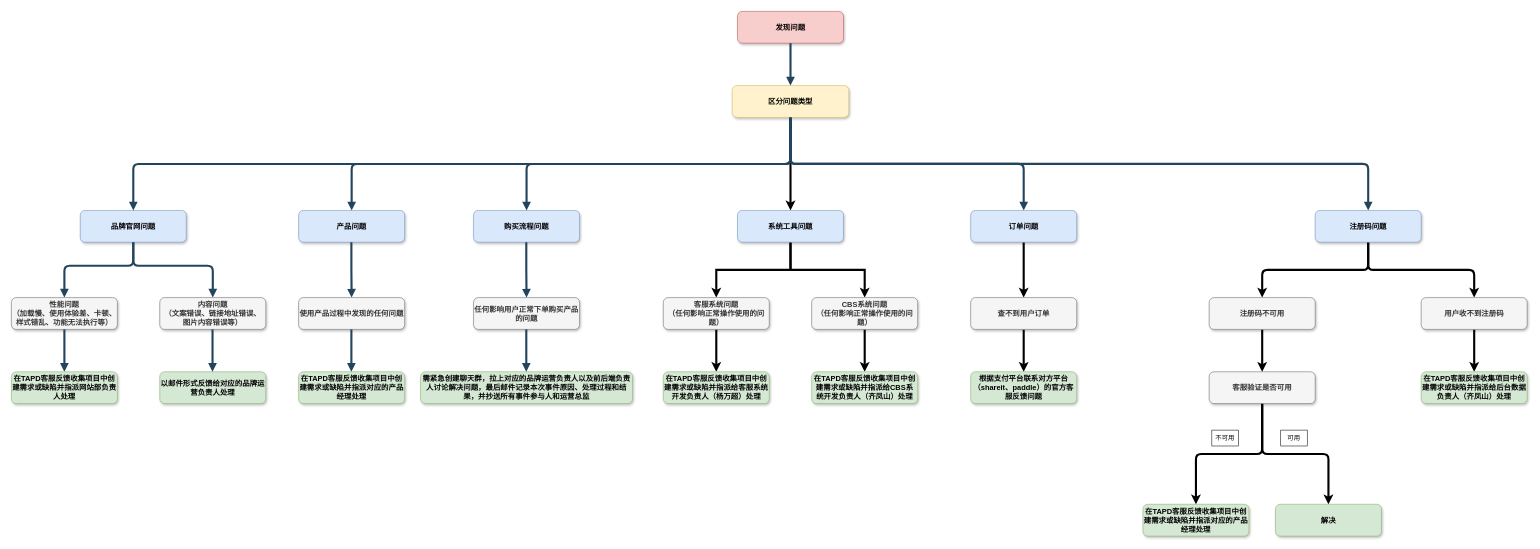
The draw.io diagram Untitled Diagram.drawio in wxlxxx/draw.io, before the edit. Source tidied: cells renumbered, new cells numbered last; positions are measured from the earlier drawing's top-left corner, leaving out a move shared by most shapes. Both pictures are drawn from the tidied source at 53%, with x=0, y=0 at pixel (11, 11).
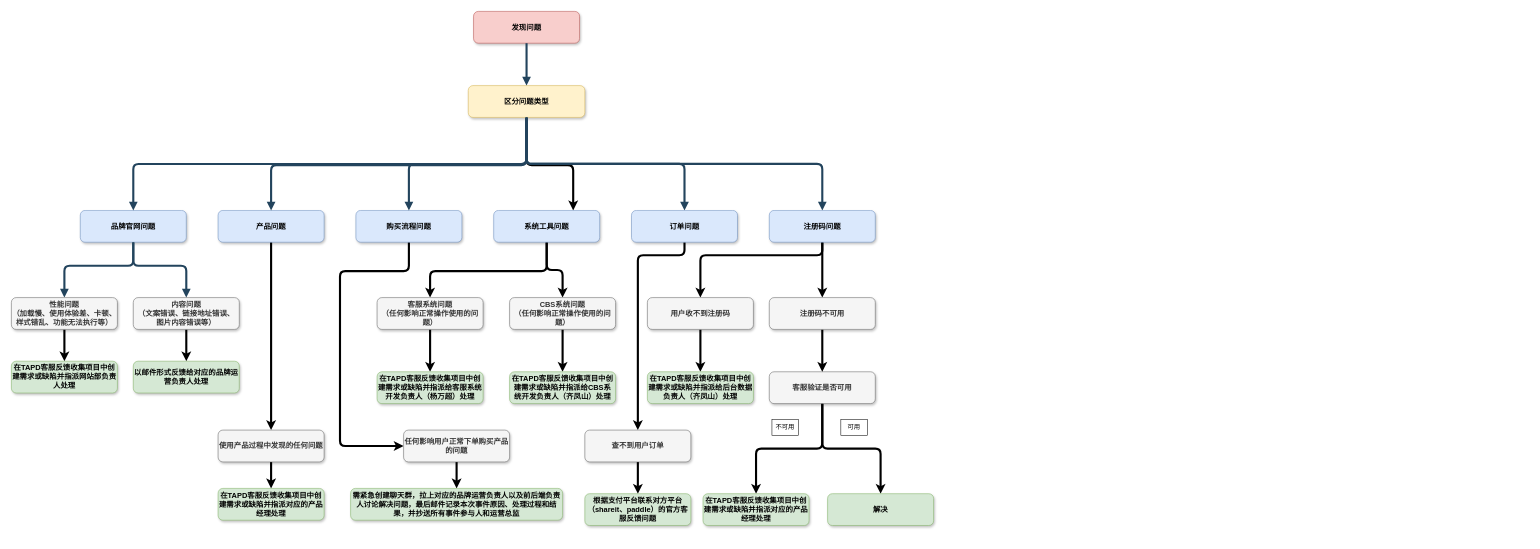
After the change.

Unchanged cells that the change refers to:
```xml
<mxCell id="21" value="性能问题&#10;（加载慢、使用体验差、卡顿、&#10;样式错乱、功能无法执行等）" style="rounded=1;fillColor=#f5f5f5;strokeColor=#666666;shadow=1;fontStyle=1;fontColor=#333333;fontSize=14;" parent="1" vertex="1">
  <mxGeometry y="540" width="200" height="60" as="geometry" />
</mxCell>
```

What changed in the source:
```diff
@@
     <mxCell id="2" value="发现问题" style="rounded=1;fillColor=#f8cecc;strokeColor=#b85450;shadow=1;fontStyle=1;fontSize=14;" parent="1" vertex="1">
-      <mxGeometry x="1370" width="200" height="60" as="geometry" />
+      <mxGeometry x="872" width="200" height="60" as="geometry" />
     </mxCell>
-    <mxCell id="3" style="edgeStyle=orthogonalEdgeStyle;rounded=0;jettySize=auto;html=1;strokeWidth=4;exitX=0.5;exitY=1;exitDx=0;exitDy=0;" parent="1" edge="1" source="6" target="12">
-      <mxGeometry relative="1" as="geometry" />
+    <mxCell id="3" style="edgeStyle=orthogonalEdgeStyle;rounded=1;jettySize=auto;html=1;strokeWidth=4;exitX=0.5;exitY=1;exitDx=0;exitDy=0;" parent="1" edge="1" source="6" target="12">
+      <mxGeometry relative="1" as="geometry">
+        <Array as="points">
+          <mxPoint x="972" y="290" />
+          <mxPoint x="1060" y="290" />
+        </Array>
+      </mxGeometry>
     </mxCell>
@@
     <mxCell id="6" value="区分问题类型" style="rounded=1;fillColor=#fff2cc;strokeColor=#d6b656;shadow=1;fontStyle=1;fontSize=14;" parent="1" vertex="1">
-      <mxGeometry x="1360" y="140" width="220" height="60" as="geometry" />
+      <mxGeometry x="862" y="140" width="220" height="60" as="geometry" />
     </mxCell>
@@
+    <mxCell id="59" style="edgeStyle=orthogonalEdgeStyle;rounded=1;jettySize=auto;html=1;entryX=0.5;entryY=0;entryDx=0;entryDy=0;strokeWidth=4;" parent="1" edge="1" source="8" target="29">
+      <mxGeometry relative="1" as="geometry" />
+    </mxCell>
     <mxCell id="8" value="产品问题" style="rounded=1;fillColor=#dae8fc;strokeColor=#6c8ebf;shadow=1;fontStyle=1;fontSize=14;" parent="1" vertex="1">
-      <mxGeometry x="542" y="375.5" width="200" height="60" as="geometry" />
+      <mxGeometry x="390" y="375.5" width="200" height="60" as="geometry" />
     </mxCell>
+    <mxCell id="60" style="edgeStyle=orthogonalEdgeStyle;rounded=1;jettySize=auto;html=1;strokeWidth=4;" parent="1" edge="1" source="9" target="32">
+      <mxGeometry relative="1" as="geometry">
+        <Array as="points">
+          <mxPoint x="750" y="490" />
+          <mxPoint x="620" y="490" />
+        </Array>
+      </mxGeometry>
+    </mxCell>
     <mxCell id="9" value="购买流程问题" style="rounded=1;fillColor=#dae8fc;strokeColor=#6c8ebf;shadow=1;fontStyle=1;fontSize=14;" parent="1" vertex="1">
-      <mxGeometry x="872" y="375.5" width="200" height="60" as="geometry" />
+      <mxGeometry x="650" y="375.5" width="200" height="60" as="geometry" />
     </mxCell>
-    <mxCell id="10" style="edgeStyle=orthogonalEdgeStyle;rounded=0;jettySize=auto;html=1;entryX=0.5;entryY=0;entryDx=0;entryDy=0;strokeWidth=4;" parent="1" edge="1" source="12" target="37">
-      <mxGeometry relative="1" as="geometry" />
+    <mxCell id="10" style="edgeStyle=orthogonalEdgeStyle;rounded=1;jettySize=auto;html=1;entryX=0.5;entryY=0;entryDx=0;entryDy=0;strokeWidth=4;" parent="1" edge="1" source="12" target="37">
+      <mxGeometry relative="1" as="geometry">
+        <Array as="points">
+          <mxPoint x="1010" y="490" />
+          <mxPoint x="790" y="490" />
+        </Array>
+      </mxGeometry>
     </mxCell>
-    <mxCell id="11" style="edgeStyle=orthogonalEdgeStyle;rounded=0;jettySize=auto;html=1;strokeWidth=4;" parent="1" edge="1" source="12" target="39">
-      <mxGeometry relative="1" as="geometry" />
+    <mxCell id="11" style="edgeStyle=orthogonalEdgeStyle;rounded=1;jettySize=auto;html=1;strokeWidth=4;" parent="1" edge="1" source="12" target="39">
+      <mxGeometry relative="1" as="geometry">
+        <Array as="points">
+          <mxPoint x="1010" y="488" />
+          <mxPoint x="1040" y="488" />
+        </Array>
+      </mxGeometry>
     </mxCell>
     <mxCell id="12" value="系统工具问题" style="rounded=1;fillColor=#dae8fc;strokeColor=#6c8ebf;shadow=1;fontStyle=1;fontSize=14;" parent="1" vertex="1">
-      <mxGeometry x="1370" y="375.5" width="200" height="60" as="geometry" />
+      <mxGeometry x="910" y="375.5" width="200" height="60" as="geometry" />
     </mxCell>
     <mxCell id="13" style="edgeStyle=elbowEdgeStyle;elbow=vertical;strokeWidth=4;endArrow=block;endFill=1;fontStyle=1;strokeColor=#23445D;" parent="1" edge="1" source="2" target="6">
-      <mxGeometry x="720" y="40" as="geometry" />
+      <mxGeometry x="222" y="40" as="geometry" />
     </mxCell>
     <mxCell id="14" style="edgeStyle=elbowEdgeStyle;elbow=vertical;strokeWidth=4;endArrow=block;endFill=1;fontStyle=1;strokeColor=#23445D;" parent="1" edge="1" source="6" target="8">
-      <mxGeometry x="22" y="165.5" as="geometry" />
+      <mxGeometry x="22" y="165.5" as="geometry">
+        <Array as="points">
+          <mxPoint x="730" y="290" />
+        </Array>
+      </mxGeometry>
     </mxCell>
@@
     <mxCell id="18" style="edgeStyle=orthogonalEdgeStyle;rounded=1;jettySize=auto;html=1;strokeWidth=4;" parent="1" edge="1" source="19" target="57">
-      <mxGeometry relative="1" as="geometry" />
+      <mxGeometry relative="1" as="geometry">
+        <Array as="points">
+          <mxPoint x="1530" y="460" />
+          <mxPoint x="1300" y="460" />
+        </Array>
+      </mxGeometry>
     </mxCell>
     <mxCell id="19" value="注册码问题" style="rounded=1;fillColor=#dae8fc;strokeColor=#6c8ebf;shadow=1;fontStyle=1;fontSize=14;" parent="1" vertex="1">
-      <mxGeometry x="2460" y="375.5" width="200" height="60" as="geometry" />
+      <mxGeometry x="1430" y="375.5" width="200" height="60" as="geometry" />
     </mxCell>
@@
+    <mxCell id="61" style="edgeStyle=orthogonalEdgeStyle;rounded=1;jettySize=auto;html=1;entryX=0.5;entryY=0;entryDx=0;entryDy=0;strokeWidth=4;" parent="1" edge="1" source="21" target="25">
+      <mxGeometry relative="1" as="geometry" />
+    </mxCell>
@@
+    <mxCell id="62" style="edgeStyle=orthogonalEdgeStyle;rounded=1;jettySize=auto;html=1;strokeWidth=4;" parent="1" edge="1" source="22" target="26">
+      <mxGeometry relative="1" as="geometry" />
+    </mxCell>
     <mxCell id="22" value="内容问题&#10;（文案错误、链接地址错误、&#10;图片内容错误等）" style="rounded=1;fillColor=#f5f5f5;strokeColor=#666666;shadow=1;fontStyle=1;fontColor=#333333;fontSize=14;" parent="1" vertex="1">
-      <mxGeometry x="280" y="540" width="200" height="60" as="geometry" />
+      <mxGeometry x="230" y="540" width="200" height="60" as="geometry" />
     </mxCell>
@@
-    <mxCell id="24" style="edgeStyle=elbowEdgeStyle;elbow=vertical;strokeWidth=4;endArrow=block;endFill=1;fontStyle=1;strokeColor=#23445D;exitX=0.5;exitY=1;exitDx=0;exitDy=0;" parent="1" edge="1" source="21">
-      <mxGeometry x="-558" y="489.5" as="geometry">
-        <mxPoint x="100" y="680" as="targetPoint" />
-      </mxGeometry>
-    </mxCell>
     <mxCell id="25" value="在TAPD客服反馈收集项目中创建需求或缺陷并指派网站部负责人处理" style="rounded=1;fillColor=#d5e8d4;strokeColor=#82b366;shadow=1;fontStyle=1;fontSize=14;whiteSpace=wrap;" parent="1" vertex="1">
-      <mxGeometry y="680" width="200" height="60" as="geometry" />
+      <mxGeometry y="660" width="200" height="60" as="geometry" />
     </mxCell>
     <mxCell id="26" value="以邮件形式反馈给对应的品牌运营负责人处理" style="rounded=1;fillColor=#d5e8d4;strokeColor=#82b366;shadow=1;fontStyle=1;fontSize=14;whiteSpace=wrap;" parent="1" vertex="1">
-      <mxGeometry x="280" y="680" width="200" height="60" as="geometry" />
+      <mxGeometry x="230" y="660" width="200" height="60" as="geometry" />
     </mxCell>
-    <mxCell id="27" style="edgeStyle=elbowEdgeStyle;elbow=vertical;strokeWidth=4;endArrow=block;endFill=1;fontStyle=1;strokeColor=#23445D;exitX=0.5;exitY=1;exitDx=0;exitDy=0;" parent="1" edge="1">
-      <mxGeometry x="-278.5" y="489.5" as="geometry">
-        <mxPoint x="379.5" y="600" as="sourcePoint" />
-        <mxPoint x="379.5" y="680" as="targetPoint" />
-      </mxGeometry>
-    </mxCell>
-    <mxCell id="28" style="edgeStyle=elbowEdgeStyle;elbow=vertical;strokeWidth=4;endArrow=block;endFill=1;fontStyle=1;strokeColor=#23445D;exitX=0.5;exitY=1;exitDx=0;exitDy=0;entryX=0.5;entryY=0;entryDx=0;entryDy=0;" parent="1" edge="1" target="29">
-      <mxGeometry x="-16.5" y="325" as="geometry">
-        <mxPoint x="641.5" y="435.5" as="sourcePoint" />
-      </mxGeometry>
-    </mxCell>
+    <mxCell id="63" style="edgeStyle=orthogonalEdgeStyle;rounded=1;jettySize=auto;html=1;entryX=0.5;entryY=0;entryDx=0;entryDy=0;strokeWidth=4;" parent="1" edge="1" source="29" target="30">
+      <mxGeometry relative="1" as="geometry" />
+    </mxCell>
     <mxCell id="29" value="使用产品过程中发现的任何问题" style="rounded=1;fillColor=#f5f5f5;strokeColor=#666666;shadow=1;fontStyle=1;fontColor=#333333;fontSize=14;whiteSpace=wrap;" parent="1" vertex="1">
-      <mxGeometry x="542" y="540" width="200" height="60" as="geometry" />
+      <mxGeometry x="390" y="790" width="200" height="60" as="geometry" />
     </mxCell>
     <mxCell id="30" value="在TAPD客服反馈收集项目中创建需求或缺陷并指派对应的产品经理处理" style="rounded=1;fillColor=#d5e8d4;strokeColor=#82b366;shadow=1;fontStyle=1;fontSize=14;whiteSpace=wrap;" parent="1" vertex="1">
-      <mxGeometry x="542" y="680" width="200" height="60" as="geometry" />
+      <mxGeometry x="390" y="900" width="200" height="60" as="geometry" />
     </mxCell>
-    <mxCell id="31" style="edgeStyle=elbowEdgeStyle;elbow=vertical;strokeWidth=4;endArrow=block;endFill=1;fontStyle=1;strokeColor=#23445D;exitX=0.5;exitY=1;exitDx=0;exitDy=0;" parent="1" edge="1">
-      <mxGeometry x="-16.5" y="489.5" as="geometry">
-        <mxPoint x="641.5" y="600" as="sourcePoint" />
-        <mxPoint x="641.5" y="680" as="targetPoint" />
-      </mxGeometry>
-    </mxCell>
+    <mxCell id="64" style="edgeStyle=orthogonalEdgeStyle;rounded=1;jettySize=auto;html=1;strokeWidth=4;" parent="1" edge="1" source="32" target="33">
+      <mxGeometry relative="1" as="geometry" />
+    </mxCell>
     <mxCell id="32" value="任何影响用户正常下单购买产品的问题" style="rounded=1;fillColor=#f5f5f5;strokeColor=#666666;shadow=1;fontStyle=1;fontColor=#333333;fontSize=14;whiteSpace=wrap;" parent="1" vertex="1">
-      <mxGeometry x="872" y="540" width="200" height="60" as="geometry" />
+      <mxGeometry x="740" y="790" width="200" height="60" as="geometry" />
     </mxCell>
     <mxCell id="33" value="需紧急创建聊天群，拉上对应的品牌运营负责人以及前后端负责人讨论解决问题，最后邮件记录本次事件原因、处理过程和结果，并抄送所有事件参与人和运营总监" style="rounded=1;fillColor=#d5e8d4;strokeColor=#82b366;shadow=1;fontStyle=1;fontSize=14;whiteSpace=wrap;glass=0;sketch=0;" parent="1" vertex="1">
-      <mxGeometry x="772" y="680" width="400" height="60" as="geometry" />
+      <mxGeometry x="640" y="900" width="400" height="60" as="geometry" />
     </mxCell>
-    <mxCell id="34" style="edgeStyle=elbowEdgeStyle;elbow=vertical;strokeWidth=4;endArrow=block;endFill=1;fontStyle=1;strokeColor=#23445D;exitX=0.5;exitY=1;exitDx=0;exitDy=0;" parent="1" edge="1">
-      <mxGeometry x="313.5" y="489.5" as="geometry">
-        <mxPoint x="971.5" y="600" as="sourcePoint" />
-        <mxPoint x="971.5" y="680" as="targetPoint" />
-      </mxGeometry>
-    </mxCell>
-    <mxCell id="35" style="edgeStyle=elbowEdgeStyle;elbow=vertical;strokeWidth=4;endArrow=block;endFill=1;fontStyle=1;strokeColor=#23445D;exitX=0.5;exitY=1;exitDx=0;exitDy=0;entryX=0.5;entryY=0;entryDx=0;entryDy=0;" parent="1" edge="1">
-      <mxGeometry x="313.5" y="325" as="geometry">
-        <mxPoint x="971.5" y="435.5" as="sourcePoint" />
-        <mxPoint x="972" y="540" as="targetPoint" />
-      </mxGeometry>
-    </mxCell>
@@
     <mxCell id="37" value="客服系统问题&#10;（任何影响正常操作使用的问题）" style="rounded=1;fillColor=#f5f5f5;strokeColor=#666666;shadow=1;fontStyle=1;fontColor=#333333;fontSize=14;whiteSpace=wrap;" parent="1" vertex="1">
-      <mxGeometry x="1230" y="540" width="200" height="60" as="geometry" />
+      <mxGeometry x="690" y="540" width="200" height="60" as="geometry" />
     </mxCell>
@@
     <mxCell id="39" value="CBS系统问题&#10;（任何影响正常操作使用的问题）" style="rounded=1;fillColor=#f5f5f5;strokeColor=#666666;shadow=1;fontStyle=1;fontColor=#333333;fontSize=14;whiteSpace=wrap;" parent="1" vertex="1">
-      <mxGeometry x="1510" y="540" width="200" height="60" as="geometry" />
+      <mxGeometry x="940" y="540" width="200" height="60" as="geometry" />
     </mxCell>
     <mxCell id="40" value="在TAPD客服反馈收集项目中创建需求或缺陷并指派给客服系统开发负责人（杨万超）处理" style="rounded=1;fillColor=#d5e8d4;strokeColor=#82b366;shadow=1;fontStyle=1;fontSize=14;whiteSpace=wrap;" parent="1" vertex="1">
-      <mxGeometry x="1230" y="680" width="200" height="60" as="geometry" />
+      <mxGeometry x="690" y="680" width="200" height="60" as="geometry" />
     </mxCell>
     <mxCell id="41" value="在TAPD客服反馈收集项目中创建需求或缺陷并指派给CBS系&#10;统开发负责人（齐凤山）处理" style="rounded=1;fillColor=#d5e8d4;strokeColor=#82b366;shadow=1;fontStyle=1;fontSize=14;whiteSpace=wrap;" parent="1" vertex="1">
-      <mxGeometry x="1510" y="680" width="200" height="60" as="geometry" />
+      <mxGeometry x="940" y="680" width="200" height="60" as="geometry" />
     </mxCell>
-    <mxCell id="42" style="edgeStyle=orthogonalEdgeStyle;rounded=0;jettySize=auto;html=1;strokeWidth=4;" parent="1" edge="1" source="43" target="45">
-      <mxGeometry relative="1" as="geometry" />
+    <mxCell id="42" style="edgeStyle=orthogonalEdgeStyle;rounded=1;jettySize=auto;html=1;strokeWidth=4;entryX=0.5;entryY=0;entryDx=0;entryDy=0;" parent="1" edge="1" source="43" target="45">
+      <mxGeometry relative="1" as="geometry">
+        <Array as="points">
+          <mxPoint x="1270" y="460" />
+          <mxPoint x="1182" y="460" />
+        </Array>
+      </mxGeometry>
     </mxCell>
     <mxCell id="43" value="订单问题" style="rounded=1;fillColor=#dae8fc;strokeColor=#6c8ebf;shadow=1;fontStyle=1;fontSize=14;" parent="1" vertex="1">
-      <mxGeometry x="1810" y="375.5" width="200" height="60" as="geometry" />
+      <mxGeometry x="1170" y="375.5" width="200" height="60" as="geometry" />
     </mxCell>
-    <mxCell id="44" style="edgeStyle=orthogonalEdgeStyle;rounded=0;jettySize=auto;html=1;entryX=0.5;entryY=0;entryDx=0;entryDy=0;strokeWidth=4;" parent="1" edge="1" source="45" target="46">
+    <mxCell id="44" style="edgeStyle=orthogonalEdgeStyle;rounded=1;jettySize=auto;html=1;entryX=0.5;entryY=0;entryDx=0;entryDy=0;strokeWidth=4;" parent="1" edge="1" source="45" target="46">
       <mxGeometry relative="1" as="geometry" />
     </mxCell>
     <mxCell id="45" value="查不到用户订单" style="rounded=1;fillColor=#f5f5f5;strokeColor=#666666;shadow=1;fontStyle=1;fontColor=#333333;fontSize=14;whiteSpace=wrap;" parent="1" vertex="1">
-      <mxGeometry x="1810" y="540" width="200" height="60" as="geometry" />
+      <mxGeometry x="1082" y="790" width="200" height="60" as="geometry" />
     </mxCell>
     <mxCell id="46" value="根据支付平台联系对方平台（shareit、paddle）的官方客服反馈问题" style="rounded=1;fillColor=#d5e8d4;strokeColor=#82b366;shadow=1;fontStyle=1;fontSize=14;whiteSpace=wrap;" parent="1" vertex="1">
-      <mxGeometry x="1810" y="680" width="200" height="60" as="geometry" />
+      <mxGeometry x="1082" y="910" width="200" height="60" as="geometry" />
     </mxCell>
@@
     <mxCell id="49" value="客服验证是否可用" style="rounded=1;fillColor=#f5f5f5;strokeColor=#666666;shadow=1;fontStyle=1;fontSize=14;whiteSpace=wrap;fontColor=#333333;" parent="1" vertex="1">
-      <mxGeometry x="2260" y="680" width="200" height="60" as="geometry" />
+      <mxGeometry x="1430" y="680" width="200" height="60" as="geometry" />
     </mxCell>
     <mxCell id="50" value="不可用" style="rounded=0;whiteSpace=wrap;html=1;glass=0;sketch=0;" parent="1" vertex="1">
-      <mxGeometry x="2265" y="790" width="50" height="30" as="geometry" />
+      <mxGeometry x="1435" y="770" width="50" height="30" as="geometry" />
     </mxCell>
     <mxCell id="51" value="可用" style="rounded=0;whiteSpace=wrap;html=1;glass=0;sketch=0;" parent="1" vertex="1">
-      <mxGeometry x="2395" y="790" width="50" height="30" as="geometry" />
+      <mxGeometry x="1565" y="770" width="50" height="30" as="geometry" />
     </mxCell>
     <mxCell id="52" value="在TAPD客服反馈收集项目中创建需求或缺陷并指派对应的产品经理处理" style="rounded=1;fillColor=#d5e8d4;strokeColor=#82b366;shadow=1;fontStyle=1;fontSize=14;whiteSpace=wrap;" parent="1" vertex="1">
-      <mxGeometry x="2135" y="930" width="200" height="60" as="geometry" />
+      <mxGeometry x="1305" y="910" width="200" height="60" as="geometry" />
     </mxCell>
     <mxCell id="53" value="解决" style="rounded=1;fillColor=#d5e8d4;strokeColor=#82b366;shadow=1;fontStyle=1;fontSize=14;whiteSpace=wrap;" parent="1" vertex="1">
-      <mxGeometry x="2385" y="930" width="200" height="60" as="geometry" />
+      <mxGeometry x="1540" y="910" width="200" height="60" as="geometry" />
     </mxCell>
@@
     <mxCell id="55" value="注册码不可用" style="rounded=1;fillColor=#f5f5f5;strokeColor=#666666;shadow=1;fontStyle=1;fontColor=#333333;fontSize=14;" parent="1" vertex="1">
-      <mxGeometry x="2260" y="540" width="200" height="60" as="geometry" />
+      <mxGeometry x="1430" y="540" width="200" height="60" as="geometry" />
     </mxCell>
@@
     <mxCell id="57" value="用户收不到注册码" style="rounded=1;fillColor=#f5f5f5;strokeColor=#666666;shadow=1;fontStyle=1;fontColor=#333333;fontSize=14;" parent="1" vertex="1">
-      <mxGeometry x="2660" y="540" width="200" height="60" as="geometry" />
+      <mxGeometry x="1200" y="540" width="200" height="60" as="geometry" />
     </mxCell>
     <mxCell id="58" value="在TAPD客服反馈收集项目中创建需求或缺陷并指派给后台数据负责人（齐凤山）处理" style="rounded=1;fillColor=#d5e8d4;strokeColor=#82b366;shadow=1;fontStyle=1;fontSize=14;whiteSpace=wrap;" parent="1" vertex="1">
-      <mxGeometry x="2660" y="680" width="200" height="60" as="geometry" />
+      <mxGeometry x="1200" y="680" width="200" height="60" as="geometry" />
     </mxCell>
```
